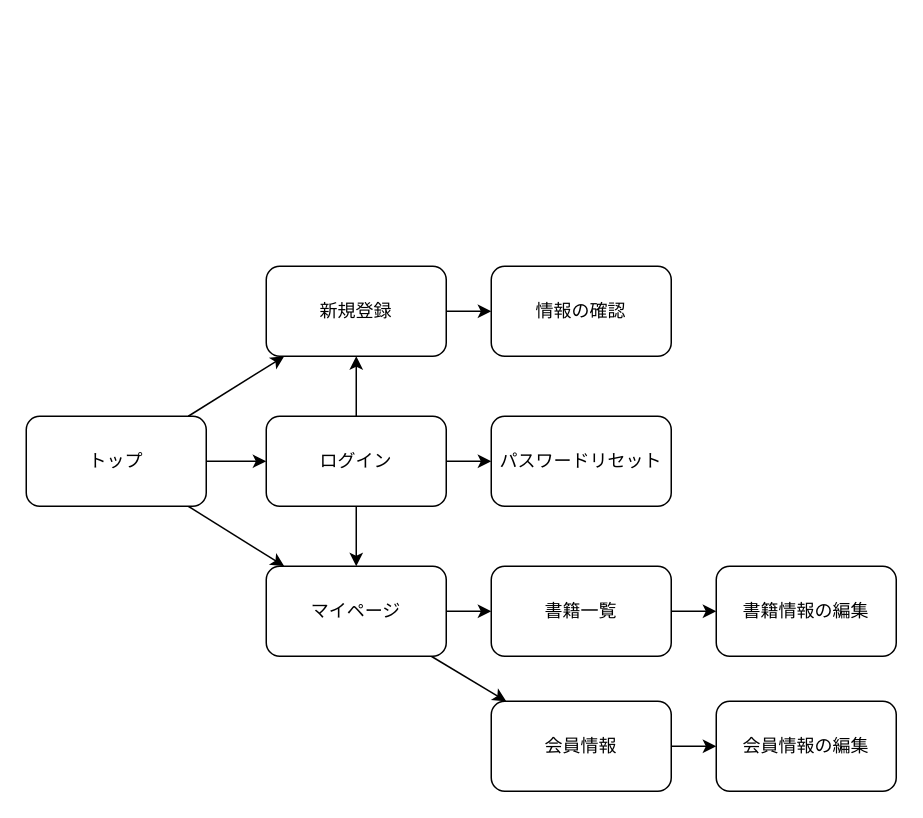
Earlier version of the draw.io diagram upstream/screen_transition.drawio (typ2-f/yuzora). Source tidied: cells renumbered, new cells numbered last; positions are measured from the earlier drawing's top-left corner, leaving out a move shared by most shapes. Both pictures are drawn from the tidied source at 150%, with x=0, y=0 at pixel (26, 266).
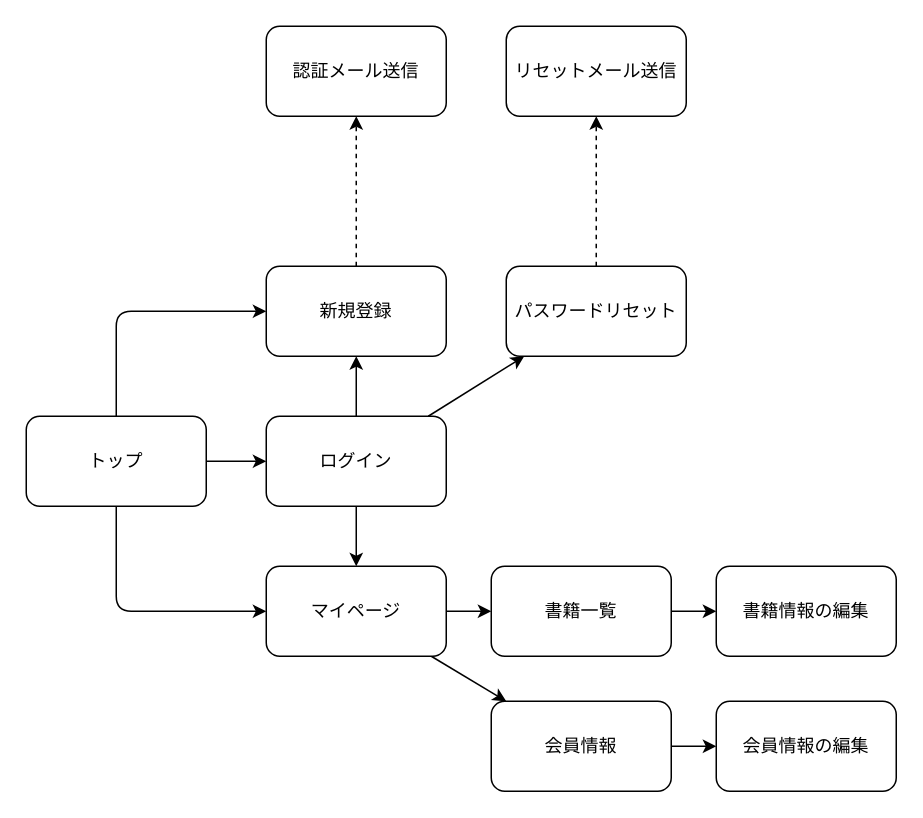
The same diagram, later.

Unchanged cells that the change refers to:
```xml
<mxCell id="5" value="トップ" style="rounded=1;whiteSpace=wrap;html=1;" parent="1" vertex="1">
  <mxGeometry y="100" width="120" height="60" as="geometry" />
</mxCell>
<mxCell id="12" value="新規登録" style="rounded=1;whiteSpace=wrap;html=1;" parent="1" vertex="1">
  <mxGeometry x="160" width="120" height="60" as="geometry" />
</mxCell>
<mxCell id="17" value="マイページ" style="rounded=1;whiteSpace=wrap;html=1;" parent="1" vertex="1">
  <mxGeometry x="160" y="200" width="120" height="60" as="geometry" />
</mxCell>
```

Diff of the diagram source:
```diff
@@
-    <mxCell id="3" style="edgeStyle=none;html=1;" parent="1" edge="1" source="5" target="12">
-      <mxGeometry relative="1" as="geometry" />
+    <mxCell id="3" style="edgeStyle=elbowEdgeStyle;html=1;" parent="1" edge="1" source="5" target="12">
+      <mxGeometry relative="1" as="geometry">
+        <Array as="points">
+          <mxPoint x="60" y="70" />
+        </Array>
+      </mxGeometry>
     </mxCell>
-    <mxCell id="4" style="edgeStyle=none;html=1;" parent="1" edge="1" source="5" target="17">
-      <mxGeometry relative="1" as="geometry" />
+    <mxCell id="4" style="edgeStyle=elbowEdgeStyle;html=1;elbow=vertical;" parent="1" edge="1" source="5" target="17">
+      <mxGeometry relative="1" as="geometry">
+        <Array as="points">
+          <mxPoint x="140" y="230" />
+        </Array>
+      </mxGeometry>
     </mxCell>
@@
+    <mxCell id="23" style="edgeStyle=none;html=1;dashed=1;" parent="1" edge="1" source="6" target="26">
+      <mxGeometry relative="1" as="geometry" />
+    </mxCell>
     <mxCell id="6" value="パスワードリセット" style="rounded=1;whiteSpace=wrap;html=1;" parent="1" vertex="1">
-      <mxGeometry x="310" y="100" width="120" height="60" as="geometry" />
+      <mxGeometry x="320" width="120" height="60" as="geometry" />
     </mxCell>
@@
-    <mxCell id="11" style="edgeStyle=none;html=1;" parent="1" edge="1" source="12" target="22">
-      <mxGeometry relative="1" as="geometry" />
-    </mxCell>
+    <mxCell id="24" style="edgeStyle=none;html=1;dashed=1;" parent="1" edge="1" source="12" target="25">
+      <mxGeometry relative="1" as="geometry" />
+    </mxCell>
@@
-    <mxCell id="22" value="情報の確認" style="rounded=1;whiteSpace=wrap;html=1;" parent="1" vertex="1">
-      <mxGeometry x="310" width="120" height="60" as="geometry" />
-    </mxCell>
+    <mxCell id="25" value="認証メール送信" style="rounded=1;whiteSpace=wrap;html=1;" parent="1" vertex="1">
+      <mxGeometry x="160" y="-160" width="120" height="60" as="geometry" />
+    </mxCell>
+    <mxCell id="26" value="リセットメール送信" style="rounded=1;whiteSpace=wrap;html=1;" parent="1" vertex="1">
+      <mxGeometry x="320" y="-160" width="120" height="60" as="geometry" />
+    </mxCell>
```
